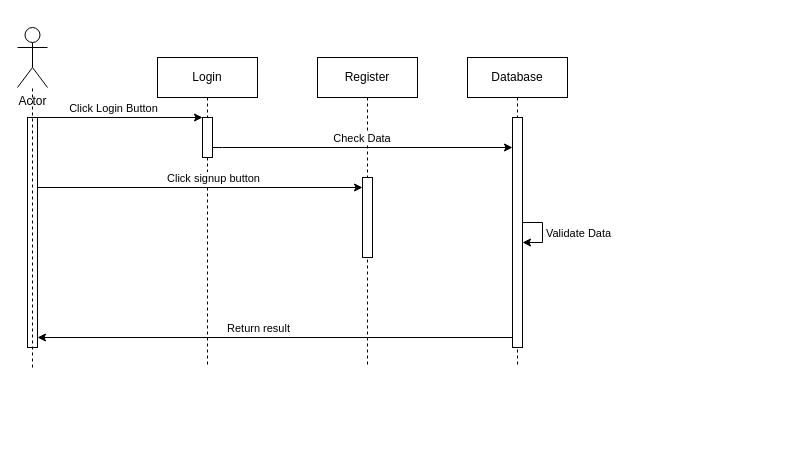
Above: sequence.drawio in B-Chidsanu/project1 (draw.io), before the change. Source tidied: cells renumbered, new cells numbered last; positions are measured from the earlier drawing's top-left corner, leaving out a move shared by most shapes. Both pictures are drawn from the tidied source at 100%, with x=0, y=0 at pixel (17, 27).
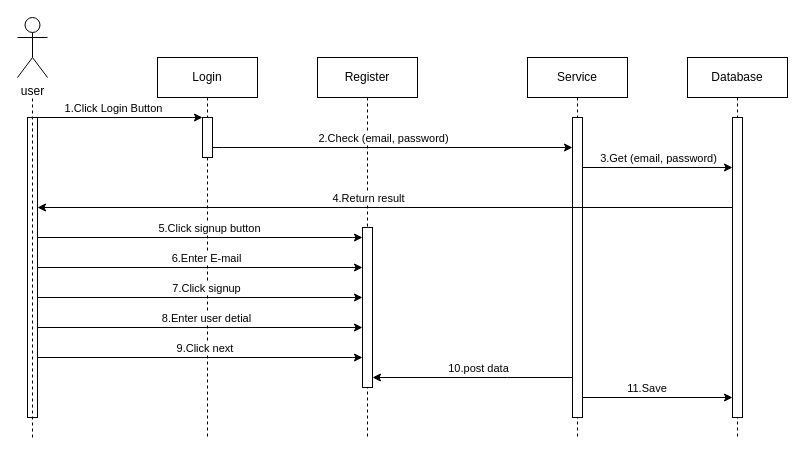
Above is the later version.

Unchanged cells that the change refers to:
```xml
<mxCell id="8" style="edgeStyle=orthogonalEdgeStyle;rounded=0;jettySize=auto;html=1;exitX=0.5;exitY=0.5;exitDx=0;exitDy=0;exitPerimeter=0;" parent="1" edge="1" target="3">
  <mxGeometry relative="1" as="geometry">
    <mxPoint x="20" y="109.7" as="sourcePoint" />
    <Array as="points">
      <mxPoint x="20" y="90" />
    </Array>
  </mxGeometry>
</mxCell>
```

Change to the diagram source:
```diff
@@
     <mxCell id="2" value="Login" style="shape=umlLifeline;perimeter=lifelinePerimeter;whiteSpace=wrap;html=1;newEdgeStyle={&quot;edgeStyle&quot;:&quot;elbowEdgeStyle&quot;,&quot;elbow&quot;:&quot;vertical&quot;,&quot;curved&quot;:0,&quot;rounded&quot;:0};" parent="1" vertex="1">
-      <mxGeometry x="140" y="30" width="100" height="310" as="geometry" />
+      <mxGeometry x="140" y="30" width="100" height="380" as="geometry" />
     </mxCell>
@@
     <mxCell id="4" value="Database" style="shape=umlLifeline;perimeter=lifelinePerimeter;whiteSpace=wrap;html=1;newEdgeStyle={&quot;edgeStyle&quot;:&quot;elbowEdgeStyle&quot;,&quot;elbow&quot;:&quot;vertical&quot;,&quot;curved&quot;:0,&quot;rounded&quot;:0};" parent="1" vertex="1">
-      <mxGeometry x="450" y="30" width="100" height="310" as="geometry" />
+      <mxGeometry x="670" y="30" width="100" height="380" as="geometry" />
     </mxCell>
     <mxCell id="5" style="html=1;points=[];perimeter=orthogonalPerimeter;outlineConnect=0;targetShapes=umlLifeline;portConstraint=eastwest;newEdgeStyle={&quot;edgeStyle&quot;:&quot;elbowEdgeStyle&quot;,&quot;elbow&quot;:&quot;vertical&quot;,&quot;curved&quot;:0,&quot;rounded&quot;:0};" parent="4" vertex="1">
-      <mxGeometry x="45" y="60" width="10" height="230" as="geometry" />
+      <mxGeometry x="45" y="60" width="10" height="300" as="geometry" />
     </mxCell>
-    <mxCell id="6" style="edgeStyle=elbowEdgeStyle;rounded=0;orthogonalLoop=1;jettySize=auto;html=1;elbow=vertical;curved=0;" parent="4" edge="1" source="5" target="5">
-      <mxGeometry relative="1" as="geometry" />
-    </mxCell>
-    <mxCell id="7" value="Validate Data" style="edgeLabel;html=1;align=center;verticalAlign=middle;" parent="6" vertex="1">
-      <mxGeometry x="-0.18" y="1" relative="1" as="geometry">
-        <mxPoint x="34" y="5" as="offset" />
-      </mxGeometry>
-    </mxCell>
@@
-    <mxCell id="9" value="Click Login Button" style="edgeLabel;html=1;align=center;verticalAlign=middle;" parent="8" vertex="1">
+    <mxCell id="9" value="1.Click Login Button" style="edgeLabel;html=1;align=center;verticalAlign=middle;" parent="8" vertex="1">
       <mxGeometry x="0.32" y="-3" relative="1" as="geometry">
         <mxPoint x="-27" y="-13" as="offset" />
       </mxGeometry>
     </mxCell>
-    <mxCell id="10" value="Actor" style="shape=umlActor;verticalLabelPosition=bottom;verticalAlign=top;html=1;outlineConnect=0;" parent="1" vertex="1">
-      <mxGeometry width="30" height="60" as="geometry" />
+    <mxCell id="10" value="user&lt;br&gt;" style="shape=umlActor;verticalLabelPosition=bottom;verticalAlign=top;html=1;outlineConnect=0;" parent="1" vertex="1">
+      <mxGeometry y="-10" width="30" height="60" as="geometry" />
     </mxCell>
     <mxCell id="11" style="edgeStyle=elbowEdgeStyle;rounded=0;jettySize=auto;html=1;elbow=vertical;curved=0;" parent="1" edge="1" target="18">
       <mxGeometry relative="1" as="geometry">
-        <mxPoint x="20" y="160" as="sourcePoint" />
+        <mxPoint x="10" y="210" as="sourcePoint" />
       </mxGeometry>
     </mxCell>
-    <mxCell id="12" value="Click signup button" style="edgeLabel;html=1;align=center;verticalAlign=middle;" parent="11" vertex="1">
+    <mxCell id="12" value="5.Click signup button" style="edgeLabel;html=1;align=center;verticalAlign=middle;" parent="11" vertex="1">
       <mxGeometry x="0.21" y="1" relative="1" as="geometry">
         <mxPoint x="-22" y="-9" as="offset" />
       </mxGeometry>
     </mxCell>
     <mxCell id="13" style="html=1;perimeter=orthogonalPerimeter;targetShapes=umlLifeline;newEdgeStyle={&quot;edgeStyle&quot;:&quot;elbowEdgeStyle&quot;,&quot;elbow&quot;:&quot;vertical&quot;,&quot;curved&quot;:0,&quot;rounded&quot;:0};" parent="1" vertex="1">
-      <mxGeometry x="10" y="90" width="10" height="230" as="geometry" />
+      <mxGeometry x="10" y="90" width="10" height="300" as="geometry" />
     </mxCell>
-    <mxCell id="14" style="endArrow=none;dashed=1;html=1;rounded=0;" parent="1" edge="1" target="10">
+    <mxCell id="14" style="endArrow=none;dashed=1;html=1;rounded=0;" parent="1" edge="1">
       <mxGeometry relative="1" as="geometry">
-        <mxPoint x="15" y="340" as="sourcePoint" />
+        <mxPoint x="15" y="410" as="sourcePoint" />
+        <mxPoint x="15" y="70" as="targetPoint" />
       </mxGeometry>
     </mxCell>
-    <mxCell id="15" style="endArrow=classic;html=1;rounded=0;" parent="1" edge="1">
-      <mxGeometry relative="1" as="geometry">
-        <mxPoint x="495" y="310" as="sourcePoint" />
-        <mxPoint x="20" y="310" as="targetPoint" />
-        <Array as="points">
-          <mxPoint x="350" y="310" />
-        </Array>
-      </mxGeometry>
-    </mxCell>
-    <mxCell id="16" value="Return result" style="edgeLabel;html=1;align=center;verticalAlign=middle;" parent="15" vertex="1">
-      <mxGeometry y="-2" relative="1" as="geometry">
-        <mxPoint x="-17" y="-8" as="offset" />
-      </mxGeometry>
-    </mxCell>
     <mxCell id="17" value="Register" style="shape=umlLifeline;perimeter=lifelinePerimeter;whiteSpace=wrap;html=1;newEdgeStyle={&quot;edgeStyle&quot;:&quot;elbowEdgeStyle&quot;,&quot;elbow&quot;:&quot;vertical&quot;,&quot;curved&quot;:0,&quot;rounded&quot;:0};" parent="1" vertex="1">
-      <mxGeometry x="300" y="30" width="100" height="310" as="geometry" />
+      <mxGeometry x="300" y="30" width="100" height="380" as="geometry" />
     </mxCell>
     <mxCell id="18" style="html=1;points=[];perimeter=orthogonalPerimeter;outlineConnect=0;targetShapes=umlLifeline;portConstraint=eastwest;newEdgeStyle={&quot;edgeStyle&quot;:&quot;elbowEdgeStyle&quot;,&quot;elbow&quot;:&quot;vertical&quot;,&quot;curved&quot;:0,&quot;rounded&quot;:0};" parent="17" vertex="1">
-      <mxGeometry x="45" y="120" width="10" height="80" as="geometry" />
+      <mxGeometry x="45" y="170" width="10" height="160" as="geometry" />
     </mxCell>
-    <mxCell id="19" style="edgeStyle=elbowEdgeStyle;rounded=0;orthogonalLoop=1;jettySize=auto;html=1;elbow=vertical;curved=0;" parent="1" edge="1">
+    <mxCell id="19" style="edgeStyle=elbowEdgeStyle;rounded=0;jettySize=auto;html=1;elbow=vertical;curved=0;" parent="1" edge="1" target="22">
       <mxGeometry relative="1" as="geometry">
         <mxPoint x="195" y="120" as="sourcePoint" />
-        <mxPoint x="495" y="120" as="targetPoint" />
         <Array as="points">
           <mxPoint x="205" y="120" />
         </Array>
       </mxGeometry>
     </mxCell>
-    <mxCell id="20" value="Check Data&amp;nbsp;" style="edgeLabel;html=1;align=center;verticalAlign=middle;" parent="19" vertex="1">
+    <mxCell id="20" value="2.Check (email, password)" style="edgeLabel;html=1;align=center;verticalAlign=middle;" parent="19" vertex="1">
       <mxGeometry x="0.04" y="2" relative="1" as="geometry">
-        <mxPoint x="-6" y="-8" as="offset" />
+        <mxPoint x="-17" y="-8" as="offset" />
       </mxGeometry>
     </mxCell>
+    <mxCell id="21" value="Service" style="shape=umlLifeline;perimeter=lifelinePerimeter;whiteSpace=wrap;html=1;newEdgeStyle={&quot;edgeStyle&quot;:&quot;elbowEdgeStyle&quot;,&quot;elbow&quot;:&quot;vertical&quot;,&quot;curved&quot;:0,&quot;rounded&quot;:0};" parent="1" vertex="1">
+      <mxGeometry x="510" y="30" width="100" height="380" as="geometry" />
+    </mxCell>
+    <mxCell id="22" style="html=1;points=[];perimeter=orthogonalPerimeter;outlineConnect=0;targetShapes=umlLifeline;portConstraint=eastwest;newEdgeStyle={&quot;edgeStyle&quot;:&quot;elbowEdgeStyle&quot;,&quot;elbow&quot;:&quot;vertical&quot;,&quot;curved&quot;:0,&quot;rounded&quot;:0};" parent="21" vertex="1">
+      <mxGeometry x="45" y="60" width="10" height="300" as="geometry" />
+    </mxCell>
+    <mxCell id="23" style="edgeStyle=elbowEdgeStyle;rounded=0;jettySize=auto;html=1;elbow=vertical;curved=0;entryX=0.5;entryY=0.217;entryDx=0;entryDy=0;entryPerimeter=0;" parent="1" edge="1" source="22">
+      <mxGeometry relative="1" as="geometry">
+        <mxPoint x="715" y="139.9" as="targetPoint" />
+        <Array as="points">
+          <mxPoint x="705" y="140" />
+        </Array>
+      </mxGeometry>
+    </mxCell>
+    <mxCell id="24" value="3.Get (email, password)" style="edgeLabel;html=1;align=center;verticalAlign=middle;" parent="23" vertex="1">
+      <mxGeometry x="0.04" y="2" relative="1" as="geometry">
+        <mxPoint x="-3" y="-8" as="offset" />
+      </mxGeometry>
+    </mxCell>
+    <mxCell id="15" style="endArrow=classic;html=1;rounded=0;" parent="1" edge="1">
+      <mxGeometry relative="1" as="geometry">
+        <mxPoint x="715" y="180" as="sourcePoint" />
+        <mxPoint x="20" y="180" as="targetPoint" />
+        <Array as="points">
+          <mxPoint x="350" y="180" />
+        </Array>
+      </mxGeometry>
+    </mxCell>
+    <mxCell id="16" value="4.Return result" style="edgeLabel;html=1;align=center;verticalAlign=middle;" parent="15" vertex="1">
+      <mxGeometry y="-2" relative="1" as="geometry">
+        <mxPoint x="-17" y="-8" as="offset" />
+      </mxGeometry>
+    </mxCell>
+    <mxCell id="25" style="endArrow=classic;html=1;rounded=0;" parent="1" edge="1">
+      <mxGeometry relative="1" as="geometry">
+        <mxPoint x="555" y="350" as="sourcePoint" />
+        <mxPoint x="355" y="350" as="targetPoint" />
+        <Array as="points">
+          <mxPoint x="490" y="350" />
+        </Array>
+      </mxGeometry>
+    </mxCell>
+    <mxCell id="26" value="10.post data" style="edgeLabel;html=1;align=center;verticalAlign=middle;" parent="25" vertex="1">
+      <mxGeometry x="0.32" relative="1" as="geometry">
+        <mxPoint x="37" y="-10" as="offset" />
+      </mxGeometry>
+    </mxCell>
+    <mxCell id="27" style="endArrow=classic;html=1;rounded=0;" parent="1" edge="1">
+      <mxGeometry relative="1" as="geometry">
+        <mxPoint x="20" y="240" as="sourcePoint" />
+        <mxPoint x="345" y="240" as="targetPoint" />
+      </mxGeometry>
+    </mxCell>
+    <mxCell id="28" value="6.Enter E-mail" style="edgeLabel;html=1;align=center;verticalAlign=middle;" parent="27" vertex="1">
+      <mxGeometry x="0.19" relative="1" as="geometry">
+        <mxPoint x="-24" y="-10" as="offset" />
+      </mxGeometry>
+    </mxCell>
+    <mxCell id="29" style="endArrow=classic;html=1;rounded=0;" parent="1" edge="1">
+      <mxGeometry relative="1" as="geometry">
+        <mxPoint x="20" y="270" as="sourcePoint" />
+        <mxPoint x="345" y="270" as="targetPoint" />
+      </mxGeometry>
+    </mxCell>
+    <mxCell id="30" value="7.Click signup" style="edgeLabel;html=1;align=center;verticalAlign=middle;" parent="29" vertex="1">
+      <mxGeometry x="0.19" relative="1" as="geometry">
+        <mxPoint x="-24" y="-10" as="offset" />
+      </mxGeometry>
+    </mxCell>
+    <mxCell id="31" style="endArrow=classic;html=1;rounded=0;" parent="1" edge="1">
+      <mxGeometry relative="1" as="geometry">
+        <mxPoint x="20" y="300" as="sourcePoint" />
+        <mxPoint x="345" y="300" as="targetPoint" />
+      </mxGeometry>
+    </mxCell>
+    <mxCell id="32" value="8.Enter user detial" style="edgeLabel;html=1;align=center;verticalAlign=middle;" parent="31" vertex="1">
+      <mxGeometry x="0.19" relative="1" as="geometry">
+        <mxPoint x="-24" y="-10" as="offset" />
+      </mxGeometry>
+    </mxCell>
+    <mxCell id="33" style="endArrow=classic;html=1;rounded=0;" parent="1" edge="1">
+      <mxGeometry relative="1" as="geometry">
+        <mxPoint x="20" y="330" as="sourcePoint" />
+        <mxPoint x="345" y="330" as="targetPoint" />
+      </mxGeometry>
+    </mxCell>
+    <mxCell id="34" value="9.Click next&amp;nbsp;" style="edgeLabel;html=1;align=center;verticalAlign=middle;" parent="33" vertex="1">
+      <mxGeometry x="0.19" relative="1" as="geometry">
+        <mxPoint x="-24" y="-10" as="offset" />
+      </mxGeometry>
+    </mxCell>
+    <mxCell id="35" style="endArrow=classic;html=1;rounded=0;" parent="1" edge="1">
+      <mxGeometry relative="1" as="geometry">
+        <mxPoint x="565" y="370" as="sourcePoint" />
+        <mxPoint x="715" y="370" as="targetPoint" />
+      </mxGeometry>
+    </mxCell>
+    <mxCell id="36" value="11.Save&amp;nbsp;" style="edgeLabel;html=1;align=center;verticalAlign=middle;" parent="35" vertex="1">
+      <mxGeometry x="0.19" relative="1" as="geometry">
+        <mxPoint x="-24" y="-10" as="offset" />
+      </mxGeometry>
+    </mxCell>
```
